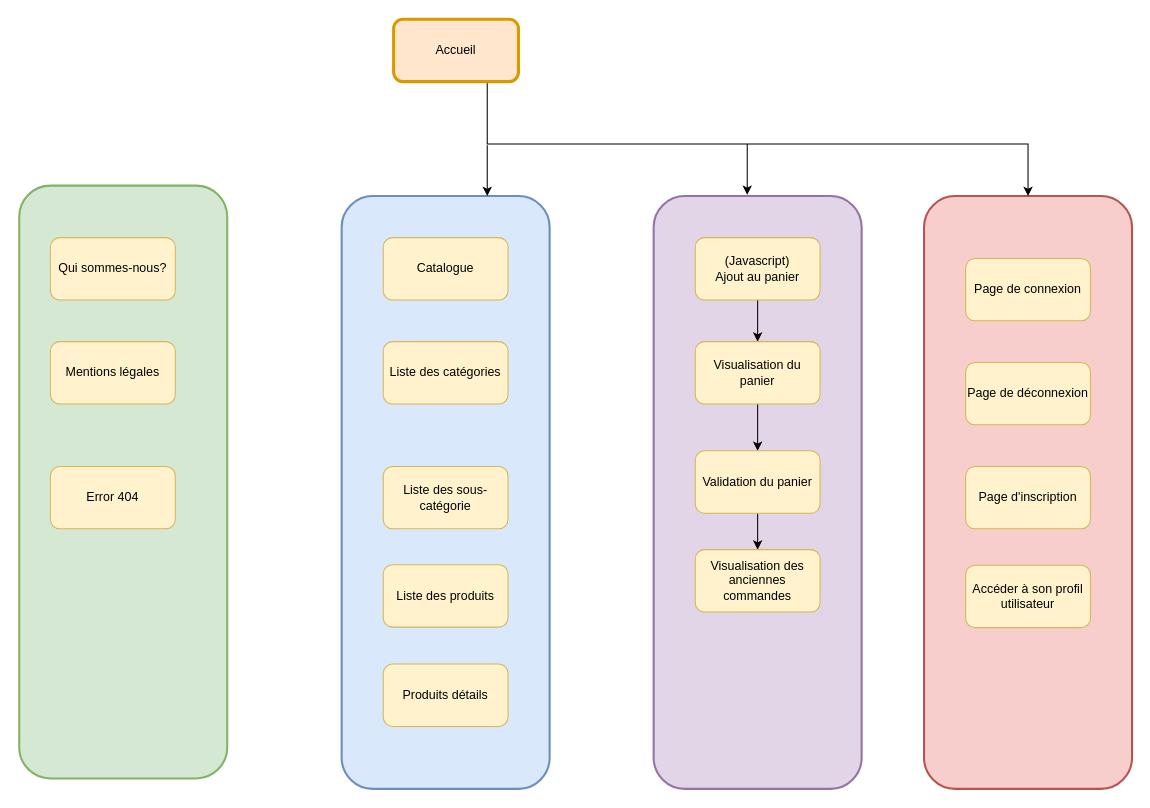
Above: 00- Filrouge/Graphe de navigation.drawio in zeldacod5/CDA (draw.io), before the change. Source tidied: cells renumbered, new cells numbered last; positions are measured from the earlier drawing's top-left corner, leaving out a move shared by most shapes. Both pictures are drawn from the tidied source at 104%, with x=0, y=0 at pixel (19, 19).
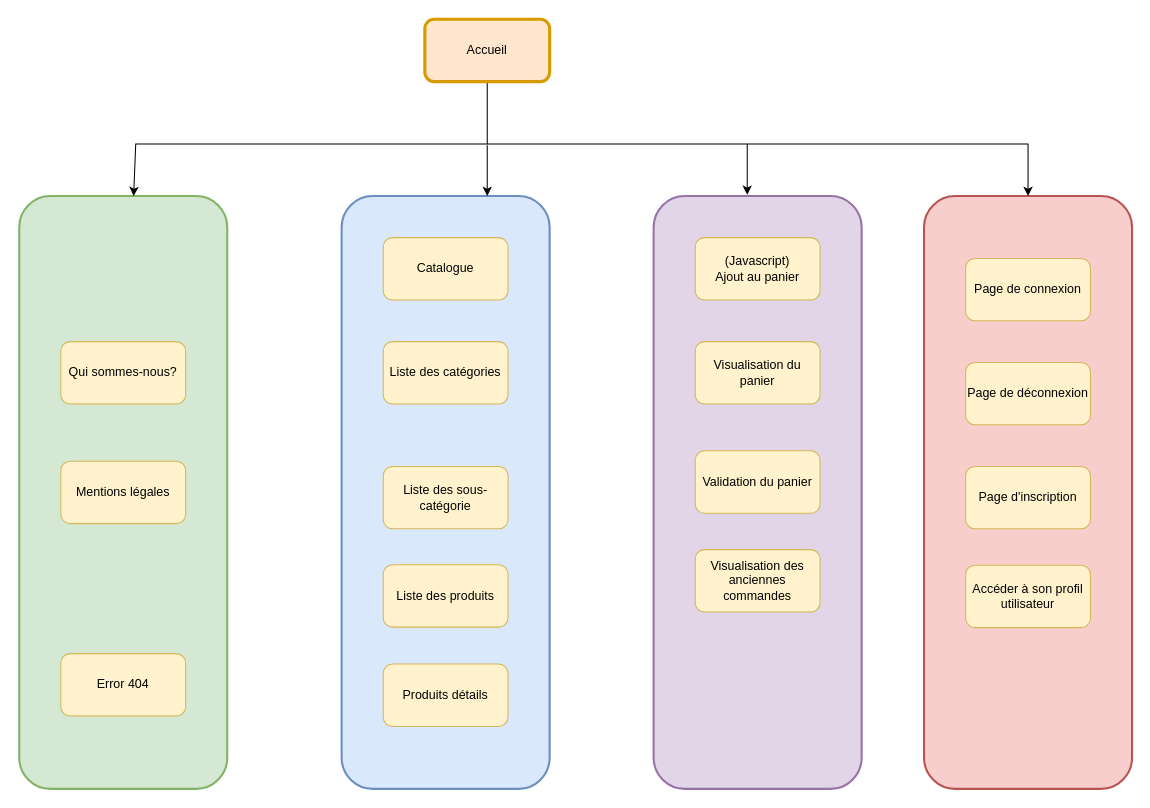
After the change.

Commit message:
Mettre à jour Graphe de navigation.drawio

Unchanged cells that the change refers to:
```xml
<mxCell id="13" value="&lt;div&gt;(Javascript)&lt;/div&gt;&lt;div&gt;Ajout au panier&lt;br&gt;&lt;/div&gt;" style="rounded=1;whiteSpace=wrap;html=1;fillColor=#fff2cc;strokeColor=#d6b656;" parent="1" vertex="1">
  <mxGeometry x="650" y="210" width="120" height="60" as="geometry" />
</mxCell>
<mxCell id="22" value="Visualisation du panier" style="rounded=1;whiteSpace=wrap;html=1;fillColor=#fff2cc;strokeColor=#d6b656;" parent="1" vertex="1">
  <mxGeometry x="650" y="310" width="120" height="60" as="geometry" />
</mxCell>
<mxCell id="24" value="Validation du panier" style="rounded=1;whiteSpace=wrap;html=1;fillColor=#fff2cc;strokeColor=#d6b656;" parent="1" vertex="1">
  <mxGeometry x="650" y="415" width="120" height="60" as="geometry" />
</mxCell>
<mxCell id="26" value="Visualisation des anciennes commandes" style="rounded=1;whiteSpace=wrap;html=1;fillColor=#fff2cc;strokeColor=#d6b656;" parent="1" vertex="1">
  <mxGeometry x="650" y="510" width="120" height="60" as="geometry" />
</mxCell>
```

What changed in the source:
```diff
@@
     <mxCell id="4" style="rounded=1;whiteSpace=wrap;html=1;fillColor=#d5e8d4;strokeColor=#82b366;strokeWidth=2;" parent="1" vertex="1">
-      <mxGeometry y="160" width="200" height="570" as="geometry" />
+      <mxGeometry y="170" width="200" height="570" as="geometry" />
     </mxCell>
@@
     <mxCell id="7" value="Accueil" style="rounded=1;whiteSpace=wrap;html=1;strokeWidth=3;fillColor=#ffe6cc;strokeColor=#d79b00;" parent="1" vertex="1">
-      <mxGeometry x="360" width="120" height="60" as="geometry" />
+      <mxGeometry x="390" width="120" height="60" as="geometry" />
     </mxCell>
@@
-    <mxCell id="12" style="edgeStyle=orthogonalEdgeStyle;rounded=0;jettySize=auto;html=1;" parent="1" edge="1" source="13" target="22">
-      <mxGeometry relative="1" as="geometry" />
-    </mxCell>
@@
     <mxCell id="16" value="Error 404" style="rounded=1;whiteSpace=wrap;html=1;fillColor=#fff2cc;strokeColor=#d6b656;" parent="1" vertex="1">
-      <mxGeometry x="30" y="430" width="120" height="60" as="geometry" />
+      <mxGeometry x="40" y="610" width="120" height="60" as="geometry" />
     </mxCell>
@@
     <mxCell id="18" value="Qui sommes-nous?" style="rounded=1;whiteSpace=wrap;html=1;fillColor=#fff2cc;strokeColor=#d6b656;" parent="1" vertex="1">
-      <mxGeometry x="30" y="210" width="120" height="60" as="geometry" />
+      <mxGeometry x="40" y="310" width="120" height="60" as="geometry" />
     </mxCell>
     <mxCell id="19" value="Mentions légales" style="rounded=1;whiteSpace=wrap;html=1;fillColor=#fff2cc;strokeColor=#d6b656;" parent="1" vertex="1">
-      <mxGeometry x="30" y="310" width="120" height="60" as="geometry" />
+      <mxGeometry x="40" y="425" width="120" height="60" as="geometry" />
     </mxCell>
@@
-    <mxCell id="21" style="edgeStyle=orthogonalEdgeStyle;rounded=0;jettySize=auto;html=1;" parent="1" edge="1" source="22" target="24">
-      <mxGeometry relative="1" as="geometry" />
-    </mxCell>
@@
-    <mxCell id="23" style="edgeStyle=orthogonalEdgeStyle;rounded=0;jettySize=auto;html=1;" parent="1" edge="1" source="24" target="26">
-      <mxGeometry relative="1" as="geometry" />
-    </mxCell>
@@
+    <mxCell id="29" style="endArrow=classic;html=1;rounded=0;entryX=0.55;entryY=0;entryDx=0;entryDy=0;entryPerimeter=0;" parent="1" edge="1" target="4">
+      <mxGeometry relative="1" as="geometry">
+        <mxPoint x="450" y="120" as="sourcePoint" />
+        <Array as="points">
+          <mxPoint x="112" y="120" />
+        </Array>
+      </mxGeometry>
+    </mxCell>
```
